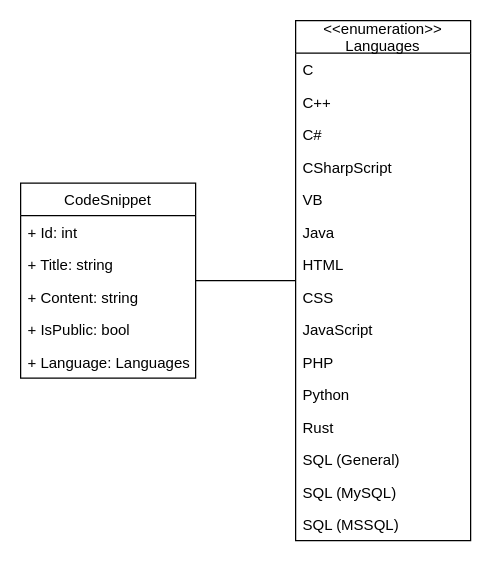
Above: documentation/ClassDiagram.drawio in mandelbulber/M151_CodeSnipper (draw.io), before the change. Source tidied: cells renumbered, new cells numbered last; positions are measured from the earlier drawing's top-left corner, leaving out a move shared by most shapes. Both pictures are drawn from the tidied source at 125%, with x=0, y=0 at pixel (20, 20).
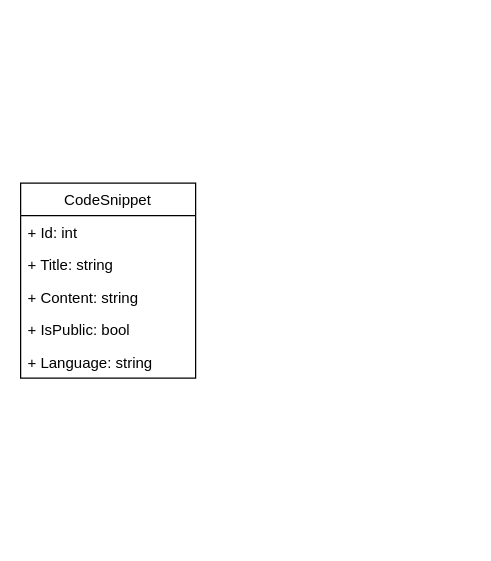
After the change.

Unchanged cells that the change refers to:
```xml
<mxCell id="3" value="CodeSnippet" style="swimlane;fontStyle=0;horizontal=1;startSize=26;fillColor=none;" parent="1" vertex="1">
  <mxGeometry y="130" width="140" height="156" as="geometry" />
</mxCell>
```

What changed in the source:
```diff
@@
-    <mxCell id="2" style="edgeStyle=orthogonalEdgeStyle;rounded=0;jettySize=auto;html=1;endArrow=none;endFill=0;" parent="1" edge="1" source="3" target="9">
-      <mxGeometry relative="1" as="geometry" />
-    </mxCell>
@@
-    <mxCell id="8" value="+ Language: Languages" style="text;strokeColor=none;fillColor=none;align=left;verticalAlign=top;spacingLeft=4;spacingRight=4;overflow=hidden;" parent="3" vertex="1">
-      <mxGeometry y="130" width="140" height="26" as="geometry" />
-    </mxCell>
-    <mxCell id="9" value="&lt;&lt;enumeration&gt;&gt;&#10;Languages" style="swimlane;fontStyle=0;horizontal=1;startSize=26;fillColor=none;" parent="1" vertex="1">
-      <mxGeometry x="220" width="140" height="416" as="geometry" />
-    </mxCell>
-    <mxCell id="10" value="C" style="text;strokeColor=none;fillColor=none;align=left;verticalAlign=top;spacingLeft=4;spacingRight=4;overflow=hidden;" parent="9" vertex="1">
-      <mxGeometry y="26" width="140" height="26" as="geometry" />
-    </mxCell>
-    <mxCell id="11" value="C++" style="text;strokeColor=none;fillColor=none;align=left;verticalAlign=top;spacingLeft=4;spacingRight=4;overflow=hidden;" parent="9" vertex="1">
-      <mxGeometry y="52" width="140" height="26" as="geometry" />
-    </mxCell>
-    <mxCell id="12" value="C#" style="text;strokeColor=none;fillColor=none;align=left;verticalAlign=top;spacingLeft=4;spacingRight=4;overflow=hidden;" parent="9" vertex="1">
-      <mxGeometry y="78" width="140" height="26" as="geometry" />
-    </mxCell>
-    <mxCell id="13" value="CSharpScript" style="text;strokeColor=none;fillColor=none;align=left;verticalAlign=top;spacingLeft=4;spacingRight=4;overflow=hidden;" parent="9" vertex="1">
-      <mxGeometry y="104" width="140" height="26" as="geometry" />
-    </mxCell>
-    <mxCell id="14" value="VB" style="text;strokeColor=none;fillColor=none;align=left;verticalAlign=top;spacingLeft=4;spacingRight=4;overflow=hidden;" parent="9" vertex="1">
-      <mxGeometry y="130" width="140" height="26" as="geometry" />
-    </mxCell>
-    <mxCell id="15" value="Java" style="text;strokeColor=none;fillColor=none;align=left;verticalAlign=top;spacingLeft=4;spacingRight=4;overflow=hidden;" parent="9" vertex="1">
-      <mxGeometry y="156" width="140" height="26" as="geometry" />
-    </mxCell>
-    <mxCell id="16" value="HTML" style="text;strokeColor=none;fillColor=none;align=left;verticalAlign=top;spacingLeft=4;spacingRight=4;overflow=hidden;" parent="9" vertex="1">
-      <mxGeometry y="182" width="140" height="26" as="geometry" />
-    </mxCell>
-    <mxCell id="17" value="CSS" style="text;strokeColor=none;fillColor=none;align=left;verticalAlign=top;spacingLeft=4;spacingRight=4;overflow=hidden;" parent="9" vertex="1">
-      <mxGeometry y="208" width="140" height="26" as="geometry" />
-    </mxCell>
-    <mxCell id="18" value="JavaScript" style="text;strokeColor=none;fillColor=none;align=left;verticalAlign=top;spacingLeft=4;spacingRight=4;overflow=hidden;" parent="9" vertex="1">
-      <mxGeometry y="234" width="140" height="26" as="geometry" />
-    </mxCell>
-    <mxCell id="19" value="PHP" style="text;strokeColor=none;fillColor=none;align=left;verticalAlign=top;spacingLeft=4;spacingRight=4;overflow=hidden;" parent="9" vertex="1">
-      <mxGeometry y="260" width="140" height="26" as="geometry" />
-    </mxCell>
-    <mxCell id="20" value="Python" style="text;strokeColor=none;fillColor=none;align=left;verticalAlign=top;spacingLeft=4;spacingRight=4;overflow=hidden;" parent="9" vertex="1">
-      <mxGeometry y="286" width="140" height="26" as="geometry" />
-    </mxCell>
-    <mxCell id="21" value="Rust" style="text;strokeColor=none;fillColor=none;align=left;verticalAlign=top;spacingLeft=4;spacingRight=4;overflow=hidden;" parent="9" vertex="1">
-      <mxGeometry y="312" width="140" height="26" as="geometry" />
-    </mxCell>
-    <mxCell id="22" value="SQL (General)" style="text;strokeColor=none;fillColor=none;align=left;verticalAlign=top;spacingLeft=4;spacingRight=4;overflow=hidden;" parent="9" vertex="1">
-      <mxGeometry y="338" width="140" height="26" as="geometry" />
-    </mxCell>
-    <mxCell id="23" value="SQL (MySQL)" style="text;strokeColor=none;fillColor=none;align=left;verticalAlign=top;spacingLeft=4;spacingRight=4;overflow=hidden;" parent="9" vertex="1">
-      <mxGeometry y="364" width="140" height="26" as="geometry" />
-    </mxCell>
-    <mxCell id="24" value="SQL (MSSQL)" style="text;strokeColor=none;fillColor=none;align=left;verticalAlign=top;spacingLeft=4;spacingRight=4;overflow=hidden;" parent="9" vertex="1">
-      <mxGeometry y="390" width="140" height="26" as="geometry" />
-    </mxCell>
+    <mxCell id="25" value="+ Language: string" style="text;strokeColor=none;fillColor=none;align=left;verticalAlign=top;spacingLeft=4;spacingRight=4;overflow=hidden;" parent="3" vertex="1">
+      <mxGeometry y="130" width="140" height="26" as="geometry" />
+    </mxCell>
```
